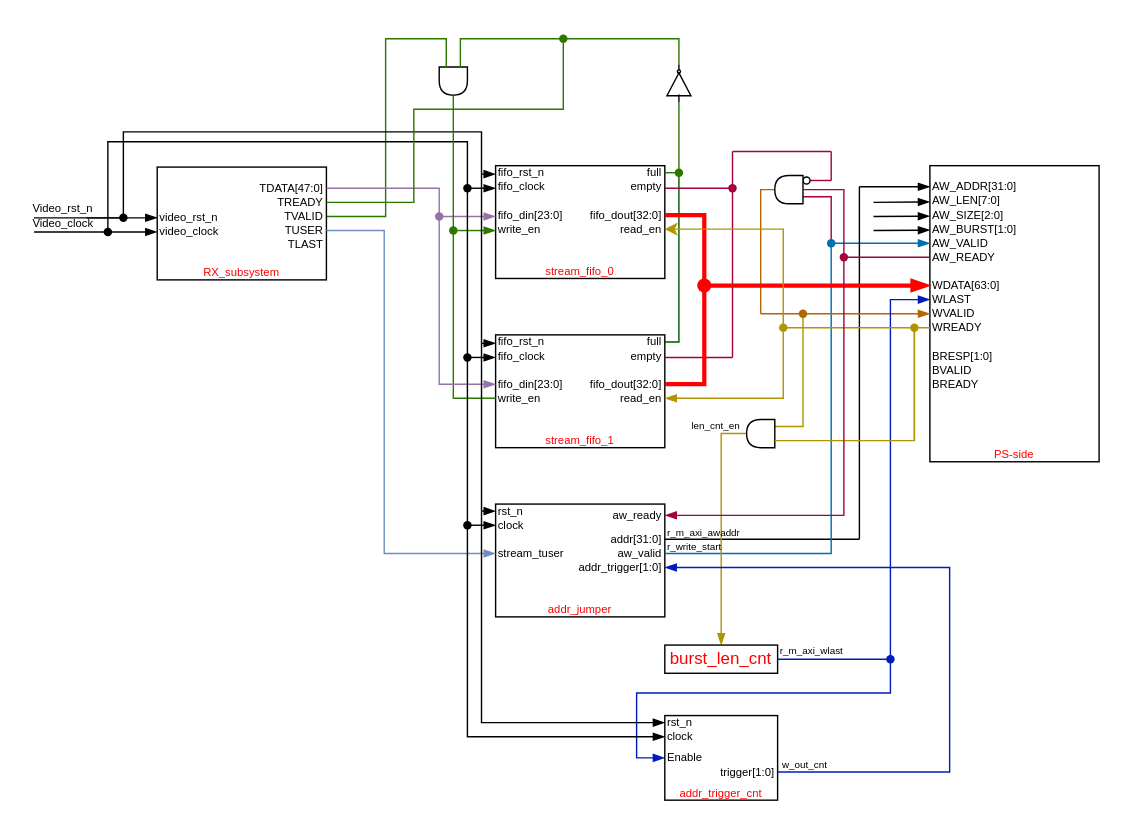
Earlier version of the draw.io diagram Our_design/Our_design.drawio (YZchen3467/drawio). Source tidied: cells renumbered, new cells numbered last; positions are measured from the earlier drawing's top-left corner, leaving out a move shared by most shapes. Both pictures are drawn from the tidied source at 141%, with x=0, y=0 at pixel (30, 24).
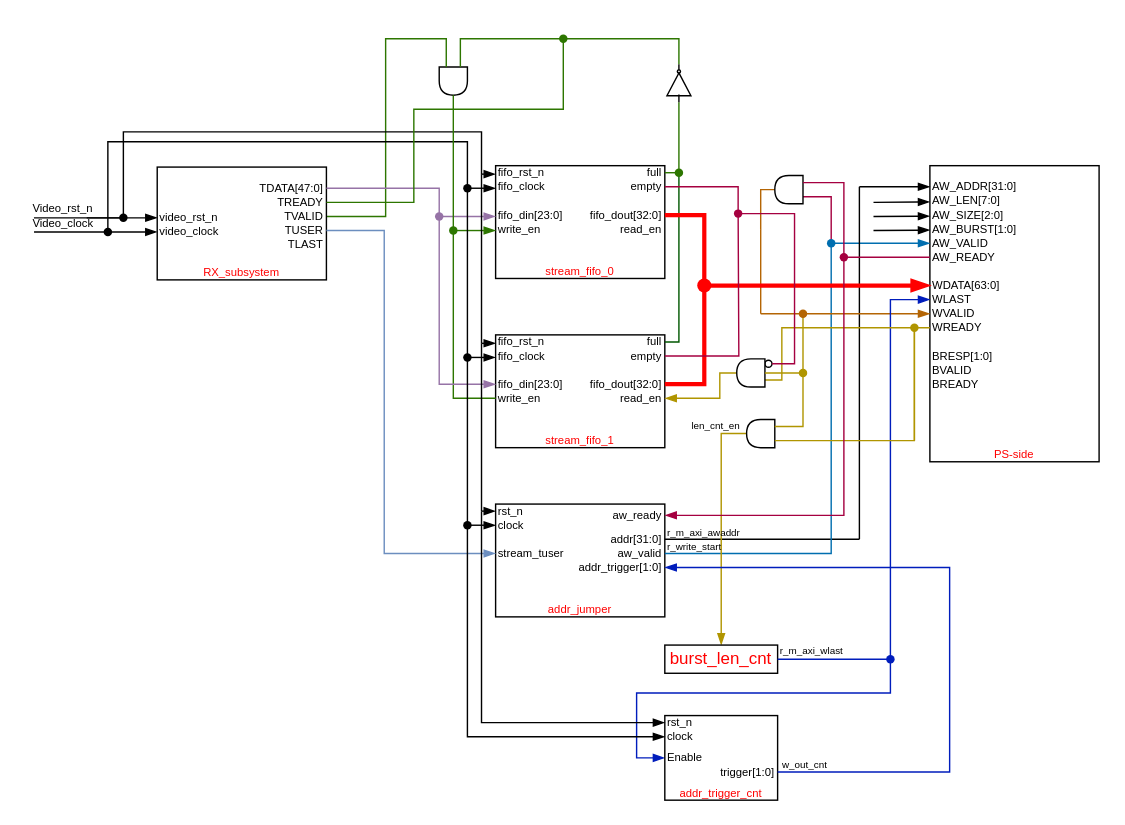
Above is the later version.

The change refers to these unchanged cells:
```xml
<mxCell id="8" value="&lt;font style=&quot;font-size: 8px;&quot;&gt;empty&lt;/font&gt;" style="text;html=1;strokeColor=none;fillColor=none;align=right;verticalAlign=middle;whiteSpace=wrap;rounded=0;strokeWidth=0;fontSize=8;horizontal=1;" parent="2" vertex="1">
  <mxGeometry x="60" y="10" width="60" height="10" as="geometry" />
</mxCell>
<mxCell id="9" value="&lt;font style=&quot;font-size: 8px;&quot;&gt;read_en&lt;/font&gt;" style="text;html=1;strokeColor=none;fillColor=none;align=right;verticalAlign=middle;whiteSpace=wrap;rounded=0;strokeWidth=0;fontSize=8;horizontal=1;" parent="2" vertex="1">
  <mxGeometry x="60" y="40" width="60" height="10" as="geometry" />
</mxCell>
<mxCell id="29" value="&lt;font style=&quot;font-size: 8px;&quot;&gt;empty&lt;/font&gt;" style="text;html=1;strokeColor=none;fillColor=none;align=right;verticalAlign=middle;whiteSpace=wrap;rounded=0;strokeWidth=0;fontSize=8;horizontal=1;" parent="23" vertex="1">
  <mxGeometry x="60" y="10" width="60" height="10" as="geometry" />
</mxCell>
<mxCell id="30" value="&lt;font style=&quot;font-size: 8px;&quot;&gt;read_en&lt;/font&gt;" style="text;html=1;strokeColor=none;fillColor=none;align=right;verticalAlign=middle;whiteSpace=wrap;rounded=0;strokeWidth=0;fontSize=8;horizontal=1;" parent="23" vertex="1">
  <mxGeometry x="60" y="40" width="60" height="10" as="geometry" />
</mxCell>
<mxCell id="62" value="&lt;font style=&quot;font-size: 8px;&quot;&gt;AW_READY&lt;/font&gt;" style="text;html=1;strokeColor=none;fillColor=none;align=left;verticalAlign=middle;whiteSpace=wrap;rounded=0;strokeWidth=0;fontSize=8;horizontal=1;" parent="54" vertex="1">
  <mxGeometry y="60" width="60" height="10" as="geometry" />
</mxCell>
<mxCell id="97" style="group;" parent="1" vertex="1">
  <mxGeometry x="528" y="107" width="25" height="20" as="geometry" />
</mxCell>
<mxCell id="99" style="shape=delay;whiteSpace=wrap;html=1;rotation=-180;rounded=0;" parent="97" vertex="1">
  <mxGeometry width="20" height="20" as="geometry" />
</mxCell>
<mxCell id="103" style="shape=delay;whiteSpace=wrap;html=1;rotation=-180;rounded=0;" parent="1" vertex="1">
  <mxGeometry x="508" y="280" width="20" height="20" as="geometry" />
</mxCell>
<mxCell id="116" style="shape=waypoint;sketch=0;fillStyle=solid;size=6;points=[];fillColor=#fad7ac;perimeter=centerPerimeter;snapToPoint=1;strokeColor=#b46504;" parent="1" vertex="1">
  <mxGeometry x="538" y="195" width="20" height="20" as="geometry" />
</mxCell>
<mxCell id="149" style="shape=waypoint;sketch=0;fillStyle=solid;size=6;points=[];fillColor=#e3c800;perimeter=centerPerimeter;snapToPoint=1;strokeColor=#B09500;fontColor=#000000;" parent="1" vertex="1">
  <mxGeometry x="617" y="205" width="20" height="20" as="geometry" />
</mxCell>
```

What changed in the source:
```diff
@@
-    <mxCell id="78" style="endArrow=none;html=1;rounded=0;endFill=0;fillColor=#d80073;strokeColor=#A50040;jumpStyle=none;" parent="1" edge="1">
-      <mxGeometry relative="1" as="geometry">
-        <mxPoint x="568" y="110.5" as="sourcePoint" />
-        <mxPoint x="553" y="110.5" as="targetPoint" />
-      </mxGeometry>
-    </mxCell>
-    <mxCell id="79" style="endArrow=none;html=1;rounded=0;endFill=0;fillColor=#d80073;strokeColor=#A50040;jumpStyle=none;" parent="1" edge="1">
-      <mxGeometry relative="1" as="geometry">
-        <mxPoint x="568" y="90" as="sourcePoint" />
-        <mxPoint x="568" y="110.5" as="targetPoint" />
-      </mxGeometry>
-    </mxCell>
-    <mxCell id="80" style="endArrow=none;html=1;rounded=0;endFill=0;fillColor=#d80073;strokeColor=#A50040;jumpStyle=none;" parent="1" edge="1">
-      <mxGeometry relative="1" as="geometry">
-        <mxPoint x="498" y="90" as="sourcePoint" />
-        <mxPoint x="568" y="90" as="targetPoint" />
-      </mxGeometry>
-    </mxCell>
-    <mxCell id="81" style="endArrow=none;html=1;rounded=0;endFill=0;fillColor=#d80073;strokeColor=#A50040;jumpStyle=none;" parent="1" edge="1">
-      <mxGeometry relative="1" as="geometry">
-        <mxPoint x="450" y="116" as="sourcePoint" />
-        <mxPoint x="498" y="116" as="targetPoint" />
-      </mxGeometry>
-    </mxCell>
-    <mxCell id="82" style="endArrow=none;html=1;rounded=0;endFill=0;fillColor=#d80073;strokeColor=#A50040;jumpStyle=none;" parent="1" edge="1">
-      <mxGeometry relative="1" as="geometry">
-        <mxPoint x="498" y="236" as="sourcePoint" />
-        <mxPoint x="498" y="90" as="targetPoint" />
-      </mxGeometry>
-    </mxCell>
@@
-    <mxCell id="88" style="endArrow=none;html=1;rounded=0;endFill=0;fillColor=#d80073;strokeColor=#A50040;jumpStyle=none;" parent="1" edge="1">
-      <mxGeometry relative="1" as="geometry">
-        <mxPoint x="498" y="236" as="sourcePoint" />
-        <mxPoint x="450" y="236" as="targetPoint" />
-      </mxGeometry>
-    </mxCell>
-    <mxCell id="89" style="shape=waypoint;sketch=0;fillStyle=solid;size=6;fillColor=#d80073;perimeter=centerPerimeter;fontColor=#ffffff;strokeColor=#A50040;" parent="1" vertex="1">
-      <mxGeometry x="488" y="106" width="20" height="20" as="geometry" />
-    </mxCell>
@@
-    <mxCell id="98" style="ellipse;whiteSpace=wrap;html=1;" parent="97" vertex="1">
-      <mxGeometry x="20" y="1" width="5" height="5" as="geometry" />
-    </mxCell>
@@
-    <mxCell id="101" style="edgeStyle=orthogonalEdgeStyle;rounded=0;jettySize=auto;html=1;exitX=0;exitY=0.75;exitDx=0;exitDy=0;endArrow=none;endFill=0;entryX=0.486;entryY=1.029;entryDx=0;entryDy=0;entryPerimeter=0;fillColor=#e3c800;strokeColor=#B09500;jumpStyle=none;" parent="1" edge="1" source="103" target="116">
+    <mxCell id="101" style="edgeStyle=orthogonalEdgeStyle;rounded=0;jettySize=auto;html=1;exitDx=0;exitDy=0;endArrow=none;endFill=0;entryX=0.486;entryY=1.029;entryDx=0;entryDy=0;entryPerimeter=0;fillColor=#e3c800;strokeColor=#B09500;jumpStyle=none;startArrow=none;" parent="1" edge="1" source="174" target="116">
       <mxGeometry relative="1" as="geometry" />
     </mxCell>
@@
-    <mxCell id="115" style="edgeStyle=orthogonalEdgeStyle;jettySize=auto;html=1;entryX=0;entryY=0.5;entryDx=0;entryDy=0;fillColor=#d80073;strokeColor=#A50040;endArrow=none;endFill=0;rounded=0;jumpStyle=none;" parent="1" edge="1" source="99" target="62">
+    <mxCell id="115" style="edgeStyle=orthogonalEdgeStyle;jettySize=auto;html=1;entryX=0;entryY=0.5;entryDx=0;entryDy=0;fillColor=#d80073;strokeColor=#A50040;endArrow=none;endFill=0;rounded=0;jumpStyle=none;exitX=0;exitY=0.75;exitDx=0;exitDy=0;" parent="1" edge="1" source="99" target="62">
       <mxGeometry relative="1" as="geometry">
         <Array as="points">
-          <mxPoint x="577" y="117" />
+          <mxPoint x="577" y="112" />
           <mxPoint x="577" y="165" />
         </Array>
       </mxGeometry>
     </mxCell>
@@
-    <mxCell id="148" style="edgeStyle=orthogonalEdgeStyle;html=1;rounded=0;entryX=1;entryY=0.5;entryDx=0;entryDy=0;startArrow=none;fillColor=#e3c800;strokeColor=#B09500;endArrow=blockThin;endFill=1;" parent="1" edge="1" source="152" target="30">
-      <mxGeometry relative="1" as="geometry">
-        <Array as="points">
-          <mxPoint x="534" y="265" />
-        </Array>
-      </mxGeometry>
-    </mxCell>
+    <mxCell id="165" style="edgeStyle=orthogonalEdgeStyle;rounded=0;html=1;entryX=0;entryY=0.25;entryDx=0;entryDy=0;endArrow=none;endFill=0;fillColor=#e3c800;strokeColor=#B09500;" parent="1" edge="1" source="149" target="168">
+      <mxGeometry relative="1" as="geometry">
+        <Array as="points">
+          <mxPoint x="533" y="215" />
+          <mxPoint x="533" y="252" />
+        </Array>
+      </mxGeometry>
+    </mxCell>
@@
-    <mxCell id="150" style="edgeStyle=orthogonalEdgeStyle;html=1;rounded=0;entryDx=0;entryDy=0;endArrow=none;fillColor=#e3c800;strokeColor=#B09500;" parent="1" edge="1" source="149" target="152">
-      <mxGeometry relative="1" as="geometry" />
-    </mxCell>
-    <mxCell id="151" style="edgeStyle=orthogonalEdgeStyle;rounded=0;html=1;entryX=1;entryY=0.5;entryDx=0;entryDy=0;fillColor=#e3c800;strokeColor=#B09500;" parent="1" edge="1" source="152" target="9">
-      <mxGeometry relative="1" as="geometry">
-        <Array as="points">
-          <mxPoint x="534" y="145" />
-        </Array>
-      </mxGeometry>
-    </mxCell>
-    <mxCell id="152" style="shape=waypoint;sketch=0;fillStyle=solid;size=6;points=[];fillColor=#e3c800;perimeter=centerPerimeter;snapToPoint=1;strokeColor=#B09500;fontColor=#000000;" parent="1" vertex="1">
-      <mxGeometry x="524" y="205" width="20" height="20" as="geometry" />
-    </mxCell>
@@
+    <mxCell id="166" style="edgeStyle=orthogonalEdgeStyle;rounded=0;html=1;exitX=0;exitY=0.5;exitDx=0;exitDy=0;entryX=1;entryY=0.5;entryDx=0;entryDy=0;endArrow=blockThin;endFill=1;fillColor=#e3c800;strokeColor=#B09500;" parent="1" edge="1" source="167" target="30">
+      <mxGeometry relative="1" as="geometry">
+        <Array as="points">
+          <mxPoint x="489" y="247" />
+          <mxPoint x="489" y="265" />
+        </Array>
+      </mxGeometry>
+    </mxCell>
+    <mxCell id="167" style="group;" parent="1" vertex="1">
+      <mxGeometry x="501" y="237" width="25" height="20" as="geometry" />
+    </mxCell>
+    <mxCell id="98" style="ellipse;whiteSpace=wrap;html=1;" parent="167" vertex="1">
+      <mxGeometry x="20" y="1" width="5" height="5" as="geometry" />
+    </mxCell>
+    <mxCell id="168" style="shape=delay;whiteSpace=wrap;html=1;rotation=-180;rounded=0;" parent="167" vertex="1">
+      <mxGeometry width="20" height="20" as="geometry" />
+    </mxCell>
+    <mxCell id="169" style="edgeStyle=orthogonalEdgeStyle;html=1;exitX=1;exitY=0.5;exitDx=0;exitDy=0;rounded=0;entryX=1;entryY=0.5;entryDx=0;entryDy=0;endArrow=none;endFill=0;fillColor=#d80073;strokeColor=#A50040;" parent="1" edge="1" source="8" target="98">
+      <mxGeometry relative="1" as="geometry">
+        <Array as="points">
+          <mxPoint x="502" y="115" />
+          <mxPoint x="502" y="134" />
+          <mxPoint x="542" y="134" />
+          <mxPoint x="542" y="241" />
+        </Array>
+      </mxGeometry>
+    </mxCell>
+    <mxCell id="170" style="edgeStyle=orthogonalEdgeStyle;rounded=0;html=1;exitX=1;exitY=0.5;exitDx=0;exitDy=0;endArrow=none;endFill=0;fillColor=#d80073;strokeColor=#A50040;" parent="1" edge="1" source="29">
+      <mxGeometry relative="1" as="geometry">
+        <mxPoint x="502" y="133.7" as="targetPoint" />
+      </mxGeometry>
+    </mxCell>
+    <mxCell id="171" style="shape=waypoint;sketch=0;fillStyle=solid;size=6;fillColor=#d80073;perimeter=centerPerimeter;fontColor=#ffffff;strokeColor=#A50040;" parent="1" vertex="1">
+      <mxGeometry x="492" y="124" width="20" height="20" as="geometry" />
+    </mxCell>
+    <mxCell id="172" style="edgeStyle=orthogonalEdgeStyle;rounded=0;jettySize=auto;html=1;exitX=0;exitY=0.75;exitDx=0;exitDy=0;endArrow=none;endFill=0;entryDx=0;entryDy=0;entryPerimeter=0;fillColor=#e3c800;strokeColor=#B09500;jumpStyle=none;" parent="1" edge="1" source="103" target="174">
+      <mxGeometry relative="1" as="geometry" />
+    </mxCell>
+    <mxCell id="173" style="edgeStyle=orthogonalEdgeStyle;rounded=0;html=1;entryX=0;entryY=0.5;entryDx=0;entryDy=0;endArrow=none;endFill=0;fillColor=#e3c800;strokeColor=#B09500;" parent="1" edge="1" source="174" target="168">
+      <mxGeometry relative="1" as="geometry" />
+    </mxCell>
+    <mxCell id="174" style="shape=waypoint;sketch=0;fillStyle=solid;size=6;points=[];fillColor=#e3c800;perimeter=centerPerimeter;snapToPoint=1;strokeColor=#B09500;fontColor=#000000;" parent="1" vertex="1">
+      <mxGeometry x="538" y="237" width="20" height="20" as="geometry" />
+    </mxCell>
```
